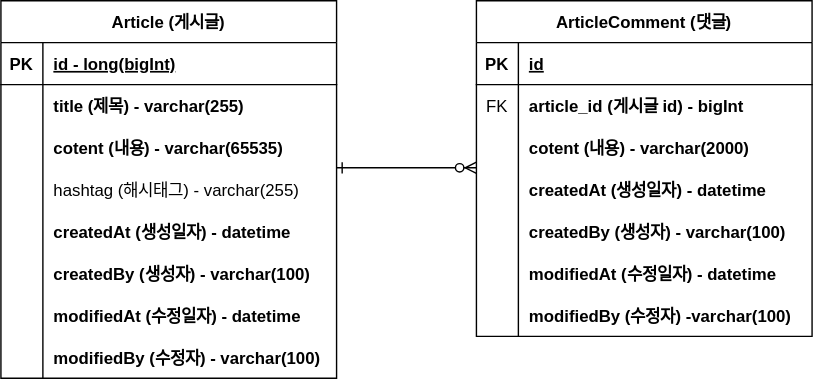
Before: document/board-erd.svg, a diagram exported from draw.io (xxoxec/project-board). Source tidied: cells renumbered, new cells last; positions are measured from the earlier drawing's top-left corner, leaving out a move shared by most shapes.
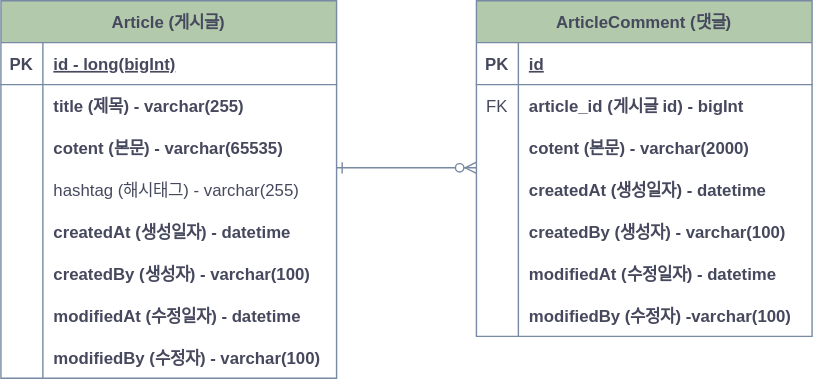
After the commit.

Commit message:
#8-ERD 주석 변경 및 색상 업데이트

Change to the diagram source:
```diff
@@ -2,7 +2,7 @@
   <root>
     <mxCell id="0" />
     <mxCell id="1" parent="0" />
-    <mxCell id="2" style="edgeStyle=entityRelationEdgeStyle;endArrow=ERzeroToMany;startArrow=ERone;endFill=1;startFill=0;exitX=1;exitY=0.5;exitDx=0;exitDy=0;entryX=0;entryY=0.5;entryDx=0;entryDy=0;" parent="1" edge="1">
+    <mxCell id="2" style="edgeStyle=entityRelationEdgeStyle;endArrow=ERzeroToMany;startArrow=ERone;endFill=1;startFill=0;exitX=1;exitY=0.5;exitDx=0;exitDy=0;entryX=0;entryY=0.5;entryDx=0;entryDy=0;labelBackgroundColor=none;strokeColor=#788AA3;fontColor=default;" parent="1" edge="1">
       <mxGeometry relative="1" as="geometry">
         <mxPoint x="240" y="119.5" as="sourcePoint" />
         <mxPoint x="340" y="119.5" as="targetPoint" />
@@ -13,145 +13,145 @@
         </Array>
       </mxGeometry>
     </mxCell>
-    <mxCell id="3" value="Article (게시글)" style="shape=table;startSize=30;rowLines=0;fontStyle=1;align=center;" parent="1" vertex="1">
+    <mxCell id="3" value="Article (게시글)" style="shape=table;startSize=30;rowLines=0;fontStyle=1;align=center;labelBackgroundColor=none;fillColor=#B2C9AB;strokeColor=#788AA3;fontColor=#46495D;" parent="1" vertex="1">
       <mxGeometry width="240" height="270" as="geometry" />
     </mxCell>
-    <mxCell id="4" style="shape=partialRectangle;fillColor=none;top=0;left=0;right=0;bottom=1;" parent="3" vertex="1">
+    <mxCell id="4" style="shape=partialRectangle;fillColor=none;top=0;left=0;right=0;bottom=1;labelBackgroundColor=none;strokeColor=#788AA3;fontColor=#46495D;" parent="3" vertex="1">
       <mxGeometry y="30" width="240" height="30" as="geometry" />
     </mxCell>
-    <mxCell id="5" value="PK" style="shape=partialRectangle;overflow=hidden;fillColor=none;top=0;left=0;bottom=0;right=0;fontStyle=1;" parent="4" vertex="1">
+    <mxCell id="5" value="PK" style="shape=partialRectangle;overflow=hidden;fillColor=none;top=0;left=0;bottom=0;right=0;fontStyle=1;labelBackgroundColor=none;strokeColor=#788AA3;fontColor=#46495D;" parent="4" vertex="1">
       <mxGeometry width="30" height="30" as="geometry" />
     </mxCell>
-    <mxCell id="6" value="id - long(bigInt)" style="shape=partialRectangle;overflow=hidden;fillColor=none;top=0;left=0;bottom=0;right=0;align=left;spacingLeft=6;fontStyle=5;" parent="4" vertex="1">
+    <mxCell id="6" value="id - long(bigInt)" style="shape=partialRectangle;overflow=hidden;fillColor=none;top=0;left=0;bottom=0;right=0;align=left;spacingLeft=6;fontStyle=5;labelBackgroundColor=none;strokeColor=#788AA3;fontColor=#46495D;" parent="4" vertex="1">
       <mxGeometry x="30" width="210" height="30" as="geometry" />
     </mxCell>
-    <mxCell id="7" style="shape=partialRectangle;fillColor=none;top=0;left=0;right=0;bottom=0;" parent="3" vertex="1">
+    <mxCell id="7" style="shape=partialRectangle;fillColor=none;top=0;left=0;right=0;bottom=0;labelBackgroundColor=none;strokeColor=#788AA3;fontColor=#46495D;" parent="3" vertex="1">
       <mxGeometry y="60" width="240" height="30" as="geometry" />
     </mxCell>
-    <mxCell id="8" style="shape=partialRectangle;overflow=hidden;fillColor=none;top=0;left=0;bottom=0;right=0;" parent="7" vertex="1">
+    <mxCell id="8" style="shape=partialRectangle;overflow=hidden;fillColor=none;top=0;left=0;bottom=0;right=0;labelBackgroundColor=none;strokeColor=#788AA3;fontColor=#46495D;" parent="7" vertex="1">
       <mxGeometry width="30" height="30" as="geometry" />
     </mxCell>
-    <mxCell id="9" value="title (제목) - varchar(255)" style="shape=partialRectangle;overflow=hidden;fillColor=none;top=0;left=0;bottom=0;right=0;align=left;spacingLeft=6;fontStyle=1;" parent="7" vertex="1">
+    <mxCell id="9" value="title (제목) - varchar(255)" style="shape=partialRectangle;overflow=hidden;fillColor=none;top=0;left=0;bottom=0;right=0;align=left;spacingLeft=6;fontStyle=1;labelBackgroundColor=none;strokeColor=#788AA3;fontColor=#46495D;" parent="7" vertex="1">
       <mxGeometry x="30" width="210" height="30" as="geometry" />
     </mxCell>
-    <mxCell id="10" style="shape=partialRectangle;fillColor=none;top=0;left=0;right=0;bottom=0;" parent="3" vertex="1">
+    <mxCell id="10" style="shape=partialRectangle;fillColor=none;top=0;left=0;right=0;bottom=0;labelBackgroundColor=none;strokeColor=#788AA3;fontColor=#46495D;" parent="3" vertex="1">
       <mxGeometry y="90" width="240" height="30" as="geometry" />
     </mxCell>
-    <mxCell id="11" style="shape=partialRectangle;overflow=hidden;fillColor=none;top=0;left=0;bottom=0;right=0;" parent="10" vertex="1">
+    <mxCell id="11" style="shape=partialRectangle;overflow=hidden;fillColor=none;top=0;left=0;bottom=0;right=0;labelBackgroundColor=none;strokeColor=#788AA3;fontColor=#46495D;" parent="10" vertex="1">
       <mxGeometry width="30" height="30" as="geometry" />
     </mxCell>
-    <mxCell id="12" value="cotent (내용) - varchar(65535)" style="shape=partialRectangle;overflow=hidden;fillColor=none;top=0;left=0;bottom=0;right=0;align=left;spacingLeft=6;fontStyle=1;" parent="10" vertex="1">
+    <mxCell id="12" value="cotent (본문) - varchar(65535)" style="shape=partialRectangle;overflow=hidden;fillColor=none;top=0;left=0;bottom=0;right=0;align=left;spacingLeft=6;fontStyle=1;labelBackgroundColor=none;strokeColor=#788AA3;fontColor=#46495D;" parent="10" vertex="1">
       <mxGeometry x="30" width="210" height="30" as="geometry" />
     </mxCell>
-    <mxCell id="13" style="shape=partialRectangle;fillColor=none;top=0;left=0;right=0;bottom=0;" parent="3" vertex="1">
+    <mxCell id="13" style="shape=partialRectangle;fillColor=none;top=0;left=0;right=0;bottom=0;labelBackgroundColor=none;strokeColor=#788AA3;fontColor=#46495D;" parent="3" vertex="1">
       <mxGeometry y="120" width="240" height="30" as="geometry" />
     </mxCell>
-    <mxCell id="14" style="shape=partialRectangle;overflow=hidden;fillColor=none;top=0;left=0;bottom=0;right=0;" parent="13" vertex="1">
+    <mxCell id="14" style="shape=partialRectangle;overflow=hidden;fillColor=none;top=0;left=0;bottom=0;right=0;labelBackgroundColor=none;strokeColor=#788AA3;fontColor=#46495D;" parent="13" vertex="1">
       <mxGeometry width="30" height="30" as="geometry" />
     </mxCell>
-    <mxCell id="15" value="hashtag (해시태그) - varchar(255)" style="shape=partialRectangle;overflow=hidden;fillColor=none;top=0;left=0;bottom=0;right=0;align=left;spacingLeft=6;" parent="13" vertex="1">
+    <mxCell id="15" value="hashtag (해시태그) - varchar(255)" style="shape=partialRectangle;overflow=hidden;fillColor=none;top=0;left=0;bottom=0;right=0;align=left;spacingLeft=6;labelBackgroundColor=none;strokeColor=#788AA3;fontColor=#46495D;" parent="13" vertex="1">
       <mxGeometry x="30" width="210" height="30" as="geometry" />
     </mxCell>
-    <mxCell id="16" style="shape=partialRectangle;fillColor=none;top=0;left=0;right=0;bottom=0;" parent="3" vertex="1">
+    <mxCell id="16" style="shape=partialRectangle;fillColor=none;top=0;left=0;right=0;bottom=0;labelBackgroundColor=none;strokeColor=#788AA3;fontColor=#46495D;" parent="3" vertex="1">
       <mxGeometry y="150" width="240" height="30" as="geometry" />
     </mxCell>
-    <mxCell id="17" style="shape=partialRectangle;overflow=hidden;fillColor=none;top=0;left=0;bottom=0;right=0;" parent="16" vertex="1">
+    <mxCell id="17" style="shape=partialRectangle;overflow=hidden;fillColor=none;top=0;left=0;bottom=0;right=0;labelBackgroundColor=none;strokeColor=#788AA3;fontColor=#46495D;" parent="16" vertex="1">
       <mxGeometry width="30" height="30" as="geometry" />
     </mxCell>
-    <mxCell id="18" value="createdAt (생성일자) - datetime" style="shape=partialRectangle;overflow=hidden;fillColor=none;top=0;left=0;bottom=0;right=0;align=left;spacingLeft=6;fontStyle=1;" parent="16" vertex="1">
+    <mxCell id="18" value="createdAt (생성일자) - datetime" style="shape=partialRectangle;overflow=hidden;fillColor=none;top=0;left=0;bottom=0;right=0;align=left;spacingLeft=6;fontStyle=1;labelBackgroundColor=none;strokeColor=#788AA3;fontColor=#46495D;" parent="16" vertex="1">
       <mxGeometry x="30" width="210" height="30" as="geometry" />
     </mxCell>
-    <mxCell id="19" style="shape=partialRectangle;fillColor=none;top=0;left=0;right=0;bottom=0;" parent="3" vertex="1">
+    <mxCell id="19" style="shape=partialRectangle;fillColor=none;top=0;left=0;right=0;bottom=0;labelBackgroundColor=none;strokeColor=#788AA3;fontColor=#46495D;" parent="3" vertex="1">
       <mxGeometry y="180" width="240" height="30" as="geometry" />
     </mxCell>
-    <mxCell id="20" style="shape=partialRectangle;overflow=hidden;fillColor=none;top=0;left=0;bottom=0;right=0;" parent="19" vertex="1">
+    <mxCell id="20" style="shape=partialRectangle;overflow=hidden;fillColor=none;top=0;left=0;bottom=0;right=0;labelBackgroundColor=none;strokeColor=#788AA3;fontColor=#46495D;" parent="19" vertex="1">
       <mxGeometry width="30" height="30" as="geometry" />
     </mxCell>
-    <mxCell id="21" value="createdBy (생성자) - varchar(100)" style="shape=partialRectangle;overflow=hidden;fillColor=none;top=0;left=0;bottom=0;right=0;align=left;spacingLeft=6;fontStyle=1;" parent="19" vertex="1">
+    <mxCell id="21" value="createdBy (생성자) - varchar(100)" style="shape=partialRectangle;overflow=hidden;fillColor=none;top=0;left=0;bottom=0;right=0;align=left;spacingLeft=6;fontStyle=1;labelBackgroundColor=none;strokeColor=#788AA3;fontColor=#46495D;" parent="19" vertex="1">
       <mxGeometry x="30" width="210" height="30" as="geometry" />
     </mxCell>
-    <mxCell id="22" style="shape=partialRectangle;fillColor=none;top=0;left=0;right=0;bottom=0;" parent="3" vertex="1">
+    <mxCell id="22" style="shape=partialRectangle;fillColor=none;top=0;left=0;right=0;bottom=0;labelBackgroundColor=none;strokeColor=#788AA3;fontColor=#46495D;" parent="3" vertex="1">
       <mxGeometry y="210" width="240" height="30" as="geometry" />
     </mxCell>
-    <mxCell id="23" style="shape=partialRectangle;overflow=hidden;fillColor=none;top=0;left=0;bottom=0;right=0;" parent="22" vertex="1">
+    <mxCell id="23" style="shape=partialRectangle;overflow=hidden;fillColor=none;top=0;left=0;bottom=0;right=0;labelBackgroundColor=none;strokeColor=#788AA3;fontColor=#46495D;" parent="22" vertex="1">
       <mxGeometry width="30" height="30" as="geometry" />
     </mxCell>
-    <mxCell id="24" value="modifiedAt (수정일자) - datetime" style="shape=partialRectangle;overflow=hidden;fillColor=none;top=0;left=0;bottom=0;right=0;align=left;spacingLeft=6;fontStyle=1;" parent="22" vertex="1">
+    <mxCell id="24" value="modifiedAt (수정일자) - datetime" style="shape=partialRectangle;overflow=hidden;fillColor=none;top=0;left=0;bottom=0;right=0;align=left;spacingLeft=6;fontStyle=1;labelBackgroundColor=none;strokeColor=#788AA3;fontColor=#46495D;" parent="22" vertex="1">
       <mxGeometry x="30" width="210" height="30" as="geometry" />
     </mxCell>
-    <mxCell id="25" style="shape=partialRectangle;fillColor=none;top=0;left=0;right=0;bottom=0;" parent="3" vertex="1">
+    <mxCell id="25" style="shape=partialRectangle;fillColor=none;top=0;left=0;right=0;bottom=0;labelBackgroundColor=none;strokeColor=#788AA3;fontColor=#46495D;" parent="3" vertex="1">
       <mxGeometry y="240" width="240" height="30" as="geometry" />
     </mxCell>
-    <mxCell id="26" style="shape=partialRectangle;overflow=hidden;fillColor=none;top=0;left=0;bottom=0;right=0;" parent="25" vertex="1">
+    <mxCell id="26" style="shape=partialRectangle;overflow=hidden;fillColor=none;top=0;left=0;bottom=0;right=0;labelBackgroundColor=none;strokeColor=#788AA3;fontColor=#46495D;" parent="25" vertex="1">
       <mxGeometry width="30" height="30" as="geometry" />
     </mxCell>
-    <mxCell id="27" value="modifiedBy (수정자) - varchar(100)" style="shape=partialRectangle;overflow=hidden;fillColor=none;top=0;left=0;bottom=0;right=0;align=left;spacingLeft=6;fontStyle=1;" parent="25" vertex="1">
+    <mxCell id="27" value="modifiedBy (수정자) - varchar(100)" style="shape=partialRectangle;overflow=hidden;fillColor=none;top=0;left=0;bottom=0;right=0;align=left;spacingLeft=6;fontStyle=1;labelBackgroundColor=none;strokeColor=#788AA3;fontColor=#46495D;" parent="25" vertex="1">
       <mxGeometry x="30" width="210" height="30" as="geometry" />
     </mxCell>
-    <mxCell id="28" value="ArticleComment (댓글)" style="shape=table;startSize=30;rowLines=0;fontStyle=1;align=center;" parent="1" vertex="1">
+    <mxCell id="28" value="ArticleComment (댓글)" style="shape=table;startSize=30;rowLines=0;fontStyle=1;align=center;labelBackgroundColor=none;fillColor=#B2C9AB;strokeColor=#788AA3;fontColor=#46495D;swimlaneLine=1;" parent="1" vertex="1">
       <mxGeometry x="340" width="240" height="240" as="geometry" />
     </mxCell>
-    <mxCell id="29" style="shape=partialRectangle;fillColor=none;top=0;left=0;right=0;bottom=1;" parent="28" vertex="1">
+    <mxCell id="29" style="shape=partialRectangle;fillColor=none;top=0;left=0;right=0;bottom=1;labelBackgroundColor=none;strokeColor=#788AA3;fontColor=#46495D;" parent="28" vertex="1">
       <mxGeometry y="30" width="240" height="30" as="geometry" />
     </mxCell>
-    <mxCell id="30" value="PK" style="shape=partialRectangle;overflow=hidden;fillColor=none;top=0;left=0;bottom=0;right=0;fontStyle=1;" parent="29" vertex="1">
+    <mxCell id="30" value="PK" style="shape=partialRectangle;overflow=hidden;fillColor=none;top=0;left=0;bottom=0;right=0;fontStyle=1;labelBackgroundColor=none;strokeColor=#788AA3;fontColor=#46495D;" parent="29" vertex="1">
       <mxGeometry width="30" height="30" as="geometry" />
     </mxCell>
-    <mxCell id="31" value="id" style="shape=partialRectangle;overflow=hidden;fillColor=none;top=0;left=0;bottom=0;right=0;align=left;spacingLeft=6;fontStyle=5;" parent="29" vertex="1">
+    <mxCell id="31" value="id" style="shape=partialRectangle;overflow=hidden;fillColor=none;top=0;left=0;bottom=0;right=0;align=left;spacingLeft=6;fontStyle=5;labelBackgroundColor=none;strokeColor=#788AA3;fontColor=#46495D;" parent="29" vertex="1">
       <mxGeometry x="30" width="210" height="30" as="geometry" />
     </mxCell>
-    <mxCell id="32" style="shape=partialRectangle;fillColor=none;top=0;left=0;right=0;bottom=0;" parent="28" vertex="1">
+    <mxCell id="32" style="shape=partialRectangle;fillColor=none;top=0;left=0;right=0;bottom=0;labelBackgroundColor=none;strokeColor=#788AA3;fontColor=#46495D;" parent="28" vertex="1">
       <mxGeometry y="60" width="240" height="30" as="geometry" />
     </mxCell>
-    <mxCell id="33" value="FK" style="shape=partialRectangle;overflow=hidden;fillColor=none;top=0;left=0;bottom=0;right=0;" parent="32" vertex="1">
+    <mxCell id="33" value="FK" style="shape=partialRectangle;overflow=hidden;fillColor=none;top=0;left=0;bottom=0;right=0;labelBackgroundColor=none;strokeColor=#788AA3;fontColor=#46495D;" parent="32" vertex="1">
       <mxGeometry width="30" height="30" as="geometry" />
     </mxCell>
-    <mxCell id="34" value="article_id (게시글 id) - bigInt" style="shape=partialRectangle;overflow=hidden;fillColor=none;top=0;left=0;bottom=0;right=0;align=left;spacingLeft=6;fontStyle=1;" parent="32" vertex="1">
+    <mxCell id="34" value="article_id (게시글 id) - bigInt" style="shape=partialRectangle;overflow=hidden;fillColor=none;top=0;left=0;bottom=0;right=0;align=left;spacingLeft=6;fontStyle=1;labelBackgroundColor=none;strokeColor=#788AA3;fontColor=#46495D;" parent="32" vertex="1">
       <mxGeometry x="30" width="210" height="30" as="geometry" />
     </mxCell>
-    <mxCell id="35" style="shape=partialRectangle;fillColor=none;top=0;left=0;right=0;bottom=0;" parent="28" vertex="1">
+    <mxCell id="35" style="shape=partialRectangle;fillColor=none;top=0;left=0;right=0;bottom=0;labelBackgroundColor=none;strokeColor=#788AA3;fontColor=#46495D;" parent="28" vertex="1">
       <mxGeometry y="90" width="240" height="30" as="geometry" />
     </mxCell>
-    <mxCell id="36" style="shape=partialRectangle;overflow=hidden;fillColor=none;top=0;left=0;bottom=0;right=0;" parent="35" vertex="1">
+    <mxCell id="36" style="shape=partialRectangle;overflow=hidden;fillColor=none;top=0;left=0;bottom=0;right=0;labelBackgroundColor=none;strokeColor=#788AA3;fontColor=#46495D;" parent="35" vertex="1">
       <mxGeometry width="30" height="30" as="geometry" />
     </mxCell>
-    <mxCell id="37" value="cotent (내용) - varchar(2000)" style="shape=partialRectangle;overflow=hidden;fillColor=none;top=0;left=0;bottom=0;right=0;align=left;spacingLeft=6;fontStyle=1;" parent="35" vertex="1">
+    <mxCell id="37" value="cotent (본문) - varchar(2000)" style="shape=partialRectangle;overflow=hidden;fillColor=none;top=0;left=0;bottom=0;right=0;align=left;spacingLeft=6;fontStyle=1;labelBackgroundColor=none;strokeColor=#788AA3;fontColor=#46495D;" parent="35" vertex="1">
       <mxGeometry x="30" width="210" height="30" as="geometry" />
     </mxCell>
-    <mxCell id="38" style="shape=partialRectangle;fillColor=none;top=0;left=0;right=0;bottom=0;" parent="28" vertex="1">
+    <mxCell id="38" style="shape=partialRectangle;fillColor=none;top=0;left=0;right=0;bottom=0;labelBackgroundColor=none;strokeColor=#788AA3;fontColor=#46495D;" parent="28" vertex="1">
       <mxGeometry y="120" width="240" height="30" as="geometry" />
     </mxCell>
-    <mxCell id="39" style="shape=partialRectangle;overflow=hidden;fillColor=none;top=0;left=0;bottom=0;right=0;" parent="38" vertex="1">
+    <mxCell id="39" style="shape=partialRectangle;overflow=hidden;fillColor=none;top=0;left=0;bottom=0;right=0;labelBackgroundColor=none;strokeColor=#788AA3;fontColor=#46495D;" parent="38" vertex="1">
       <mxGeometry width="30" height="30" as="geometry" />
     </mxCell>
-    <mxCell id="40" value="createdAt (생성일자) - datetime" style="shape=partialRectangle;overflow=hidden;fillColor=none;top=0;left=0;bottom=0;right=0;align=left;spacingLeft=6;fontStyle=1;" parent="38" vertex="1">
+    <mxCell id="40" value="createdAt (생성일자) - datetime" style="shape=partialRectangle;overflow=hidden;fillColor=none;top=0;left=0;bottom=0;right=0;align=left;spacingLeft=6;fontStyle=1;labelBackgroundColor=none;strokeColor=#788AA3;fontColor=#46495D;" parent="38" vertex="1">
       <mxGeometry x="30" width="210" height="30" as="geometry" />
     </mxCell>
-    <mxCell id="41" style="shape=partialRectangle;fillColor=none;top=0;left=0;right=0;bottom=0;" parent="28" vertex="1">
+    <mxCell id="41" style="shape=partialRectangle;fillColor=none;top=0;left=0;right=0;bottom=0;labelBackgroundColor=none;strokeColor=#788AA3;fontColor=#46495D;" parent="28" vertex="1">
       <mxGeometry y="150" width="240" height="30" as="geometry" />
     </mxCell>
-    <mxCell id="42" style="shape=partialRectangle;overflow=hidden;fillColor=none;top=0;left=0;bottom=0;right=0;" parent="41" vertex="1">
+    <mxCell id="42" style="shape=partialRectangle;overflow=hidden;fillColor=none;top=0;left=0;bottom=0;right=0;labelBackgroundColor=none;strokeColor=#788AA3;fontColor=#46495D;" parent="41" vertex="1">
       <mxGeometry width="30" height="30" as="geometry" />
     </mxCell>
-    <mxCell id="43" value="createdBy (생성자) - varchar(100)" style="shape=partialRectangle;overflow=hidden;fillColor=none;top=0;left=0;bottom=0;right=0;align=left;spacingLeft=6;fontStyle=1;" parent="41" vertex="1">
+    <mxCell id="43" value="createdBy (생성자) - varchar(100)" style="shape=partialRectangle;overflow=hidden;fillColor=none;top=0;left=0;bottom=0;right=0;align=left;spacingLeft=6;fontStyle=1;labelBackgroundColor=none;strokeColor=#788AA3;fontColor=#46495D;" parent="41" vertex="1">
       <mxGeometry x="30" width="210" height="30" as="geometry" />
     </mxCell>
-    <mxCell id="44" style="shape=partialRectangle;fillColor=none;top=0;left=0;right=0;bottom=0;" parent="28" vertex="1">
+    <mxCell id="44" style="shape=partialRectangle;fillColor=none;top=0;left=0;right=0;bottom=0;labelBackgroundColor=none;strokeColor=#788AA3;fontColor=#46495D;" parent="28" vertex="1">
       <mxGeometry y="180" width="240" height="30" as="geometry" />
     </mxCell>
-    <mxCell id="45" style="shape=partialRectangle;overflow=hidden;fillColor=none;top=0;left=0;bottom=0;right=0;" parent="44" vertex="1">
+    <mxCell id="45" style="shape=partialRectangle;overflow=hidden;fillColor=none;top=0;left=0;bottom=0;right=0;labelBackgroundColor=none;strokeColor=#788AA3;fontColor=#46495D;" parent="44" vertex="1">
       <mxGeometry width="30" height="30" as="geometry" />
     </mxCell>
-    <mxCell id="46" value="modifiedAt (수정일자) - datetime" style="shape=partialRectangle;overflow=hidden;fillColor=none;top=0;left=0;bottom=0;right=0;align=left;spacingLeft=6;fontStyle=1;" parent="44" vertex="1">
+    <mxCell id="46" value="modifiedAt (수정일자) - datetime" style="shape=partialRectangle;overflow=hidden;fillColor=none;top=0;left=0;bottom=0;right=0;align=left;spacingLeft=6;fontStyle=1;labelBackgroundColor=none;strokeColor=#788AA3;fontColor=#46495D;" parent="44" vertex="1">
       <mxGeometry x="30" width="210" height="30" as="geometry" />
     </mxCell>
-    <mxCell id="47" style="shape=partialRectangle;fillColor=none;top=0;left=0;right=0;bottom=0;" parent="28" vertex="1">
+    <mxCell id="47" style="shape=partialRectangle;fillColor=none;top=0;left=0;right=0;bottom=0;labelBackgroundColor=none;strokeColor=#788AA3;fontColor=#46495D;" parent="28" vertex="1">
       <mxGeometry y="210" width="240" height="30" as="geometry" />
     </mxCell>
-    <mxCell id="48" style="shape=partialRectangle;overflow=hidden;fillColor=none;top=0;left=0;bottom=0;right=0;" parent="47" vertex="1">
+    <mxCell id="48" style="shape=partialRectangle;overflow=hidden;fillColor=none;top=0;left=0;bottom=0;right=0;labelBackgroundColor=none;strokeColor=#788AA3;fontColor=#46495D;" parent="47" vertex="1">
       <mxGeometry width="30" height="30" as="geometry" />
     </mxCell>
-    <mxCell id="49" value="modifiedBy (수정자) -varchar(100)" style="shape=partialRectangle;overflow=hidden;fillColor=none;top=0;left=0;bottom=0;right=0;align=left;spacingLeft=6;fontStyle=1;" parent="47" vertex="1">
+    <mxCell id="49" value="modifiedBy (수정자) -varchar(100)" style="shape=partialRectangle;overflow=hidden;fillColor=none;top=0;left=0;bottom=0;right=0;align=left;spacingLeft=6;fontStyle=1;labelBackgroundColor=none;strokeColor=#788AA3;fontColor=#46495D;" parent="47" vertex="1">
       <mxGeometry x="30" width="210" height="30" as="geometry" />
     </mxCell>
   </root>
```
